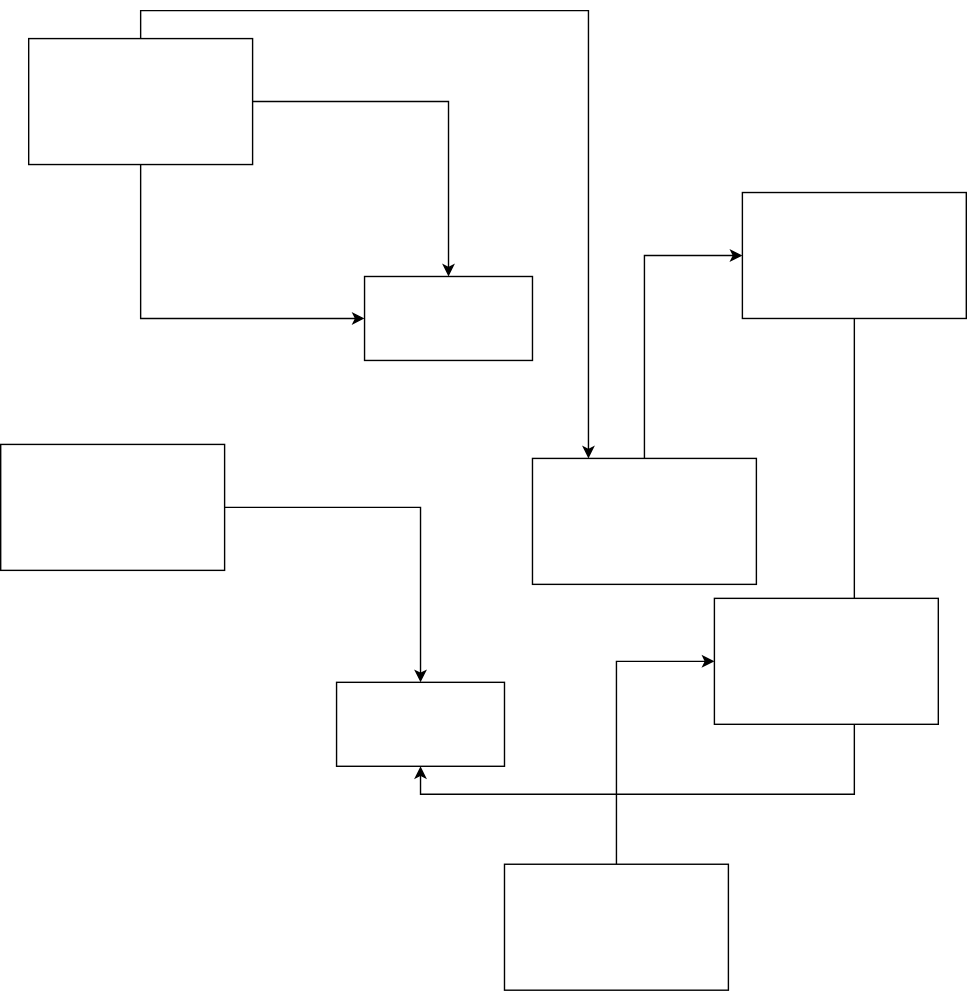
Before: Untitled Diagram.drawio.svg, a diagram exported from draw.io (koshirohashimoto/udacity_cpp_nanodegree). Source tidied: cells renumbered, new cells last; positions are measured from the earlier drawing's top-left corner, leaving out a move shared by most shapes.
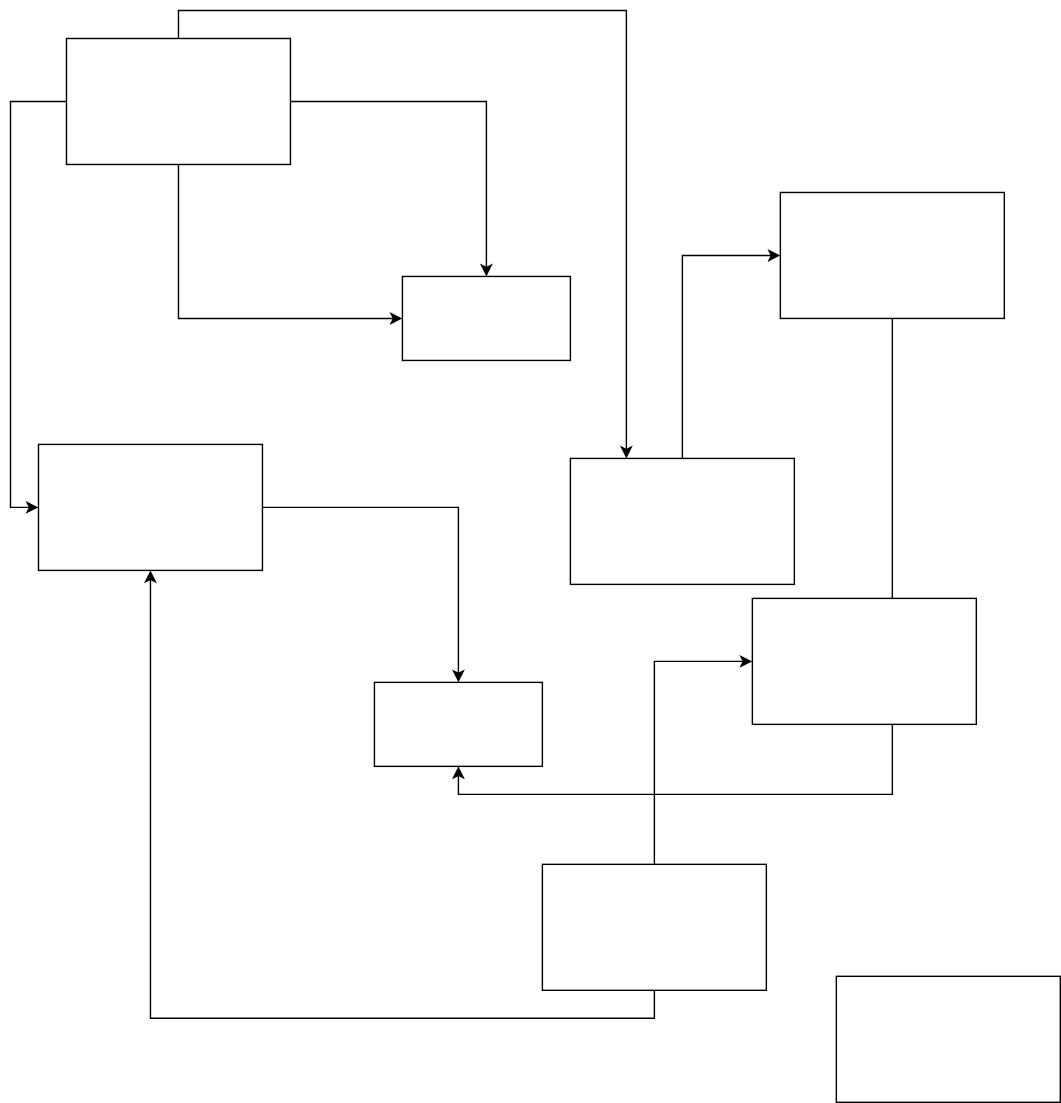
The same file after the commit.

What changed in the source:
```diff
@@ -11,6 +11,9 @@
     <mxCell id="4" style="edgeStyle=orthogonalEdgeStyle;rounded=0;jettySize=auto;html=1;exitX=0.5;exitY=0;exitDx=0;exitDy=0;entryX=0.25;entryY=0;entryDx=0;entryDy=0;" parent="1" edge="1" source="5" target="10">
       <mxGeometry relative="1" as="geometry" />
     </mxCell>
+    <mxCell id="17" style="edgeStyle=orthogonalEdgeStyle;rounded=0;jettySize=auto;html=1;exitX=0;exitY=0.5;exitDx=0;exitDy=0;entryX=0;entryY=0.5;entryDx=0;entryDy=0;" parent="1" edge="1" source="5" target="12">
+      <mxGeometry relative="1" as="geometry" />
+    </mxCell>
     <mxCell id="5" style="rounded=0;whiteSpace=wrap;html=1;" parent="1" vertex="1">
       <mxGeometry x="20" width="160" height="90" as="geometry" />
     </mxCell>
@@ -44,8 +47,14 @@
     <mxCell id="15" style="edgeStyle=orthogonalEdgeStyle;rounded=0;jettySize=auto;html=1;exitX=0.5;exitY=0;exitDx=0;exitDy=0;entryX=0;entryY=0.5;entryDx=0;entryDy=0;" parent="1" edge="1" source="16" target="14">
       <mxGeometry relative="1" as="geometry" />
     </mxCell>
+    <mxCell id="18" style="edgeStyle=orthogonalEdgeStyle;rounded=0;jettySize=auto;html=1;exitX=0.5;exitY=1;exitDx=0;exitDy=0;" parent="1" edge="1" source="16" target="12">
+      <mxGeometry relative="1" as="geometry" />
+    </mxCell>
     <mxCell id="16" style="rounded=0;whiteSpace=wrap;html=1;" parent="1" vertex="1">
       <mxGeometry x="360" y="590" width="160" height="90" as="geometry" />
     </mxCell>
+    <mxCell id="19" style="rounded=0;whiteSpace=wrap;html=1;" parent="1" vertex="1">
+      <mxGeometry x="570" y="670" width="160" height="90" as="geometry" />
+    </mxCell>
   </root>
 </mxGraphModel>
```
